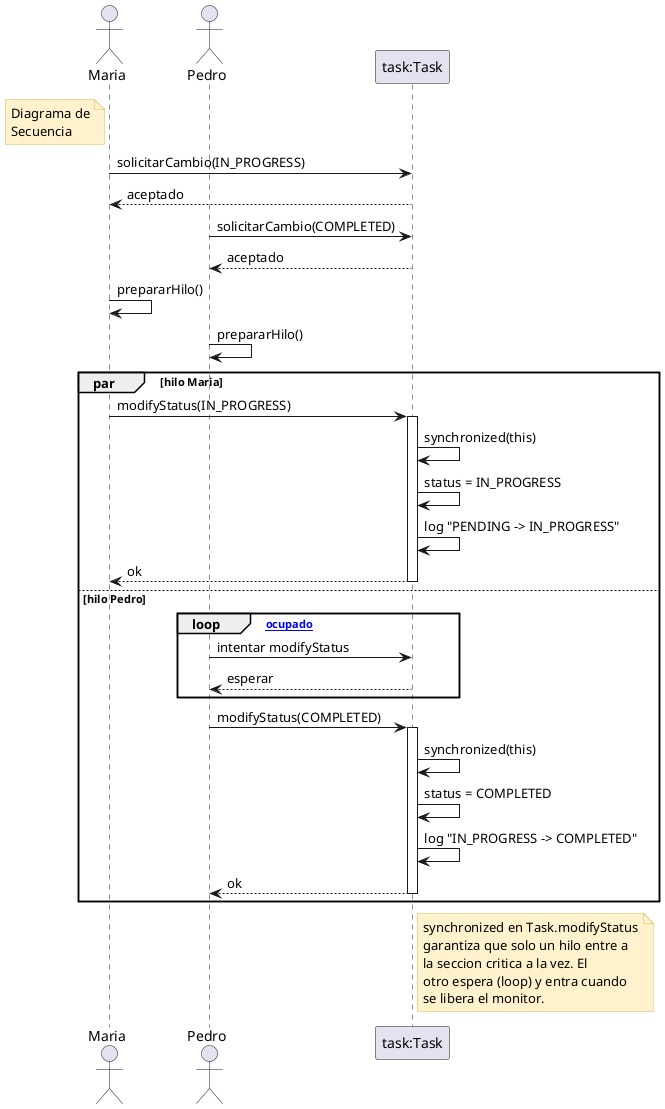
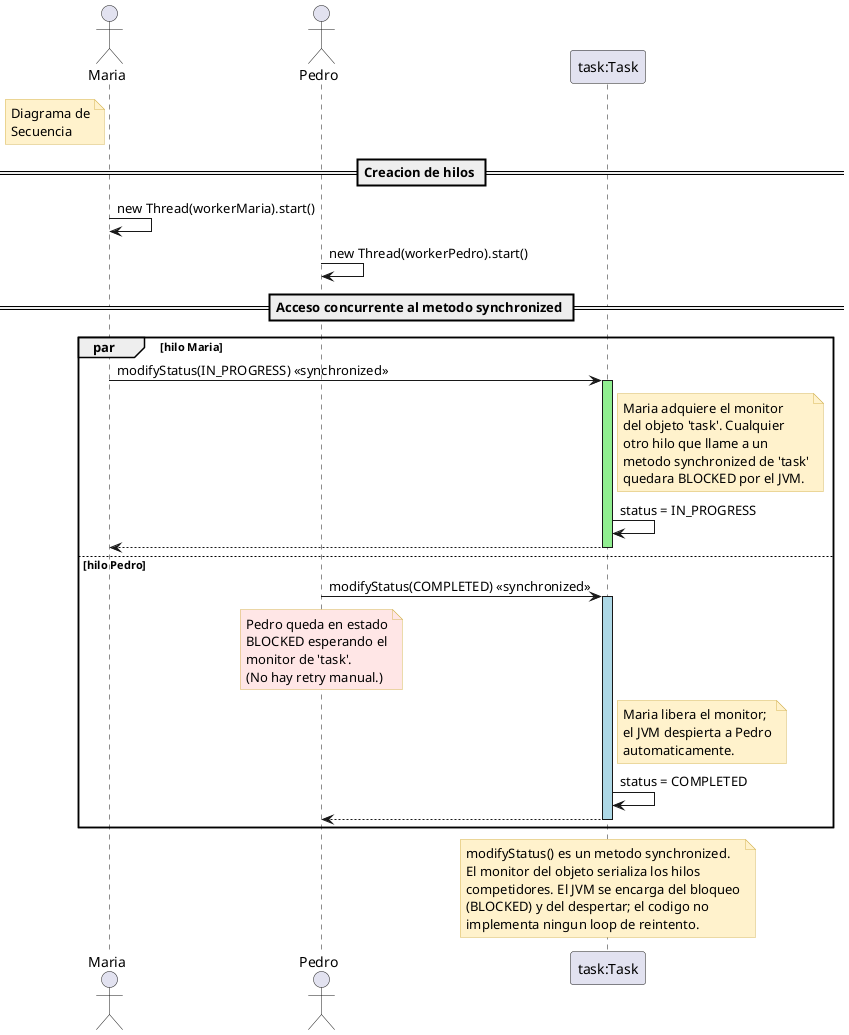
@startuml SecuenciaCambiarEstado

skinparam noteBackgroundColor #FFF2CC
skinparam noteBorderColor #D6B656

actor Maria
actor Pedro
participant "task:Task" as task

note left of Maria #FFF2CC
  Diagrama de
  Secuencia
end note

- Maria -> task : solicitarCambio(IN_PROGRESS)
- task --> Maria : aceptado
- Pedro -> task : solicitarCambio(COMPLETED)
- task --> Pedro : aceptado
+ == Creacion de hilos ==

- Maria -> Maria : prepararHilo()
- Pedro -> Pedro : prepararHilo()
+ Maria -> Maria : new Thread(workerMaria).start()
+ Pedro -> Pedro : new Thread(workerPedro).start()
+ 
+ == Acceso concurrente al metodo synchronized ==

par hilo Maria
-   Maria -> task : modifyStatus(IN_PROGRESS)
-   activate task
-   task -> task : synchronized(this)
-   task -> task : status = IN_PROGRESS
-   task -> task : log "PENDING -> IN_PROGRESS"
-   task --> Maria : ok
-   deactivate task
+     Maria -> task : modifyStatus(IN_PROGRESS) <<synchronized>>
+     activate task #LightGreen
+     note right of task
+       Maria adquiere el monitor
+       del objeto 'task'. Cualquier
+       otro hilo que llame a un
+       metodo synchronized de 'task'
+       quedara BLOCKED por el JVM.
+     end note
+     task -> task : status = IN_PROGRESS
+     task --> Maria
+     deactivate task
else hilo Pedro
-   loop [monitor ocupado]
-     Pedro -> task : intentar modifyStatus
-     task --> Pedro : esperar
-   end
-   Pedro -> task : modifyStatus(COMPLETED)
-   activate task
-   task -> task : synchronized(this)
-   task -> task : status = COMPLETED
-   task -> task : log "IN_PROGRESS -> COMPLETED"
-   task --> Pedro : ok
-   deactivate task
+     Pedro -> task : modifyStatus(COMPLETED) <<synchronized>>
+     note over Pedro #FFE6E6
+       Pedro queda en estado
+       BLOCKED esperando el
+       monitor de 'task'.
+       (No hay retry manual.)
+     end note
+     activate task #LightBlue
+     note right of task
+       Maria libera el monitor;
+       el JVM despierta a Pedro
+       automaticamente.
+     end note
+     task -> task : status = COMPLETED
+     task --> Pedro
+     deactivate task
end

- note right of task
-   synchronized en Task.modifyStatus
-   garantiza que solo un hilo entre a
-   la seccion critica a la vez. El
-   otro espera (loop) y entra cuando
-   se libera el monitor.
+ note over task
+   modifyStatus() es un metodo synchronized.
+   El monitor del objeto serializa los hilos
+   competidores. El JVM se encarga del bloqueo
+   (BLOCKED) y del despertar; el codigo no
+   implementa ningun loop de reintento.
end note

@enduml
